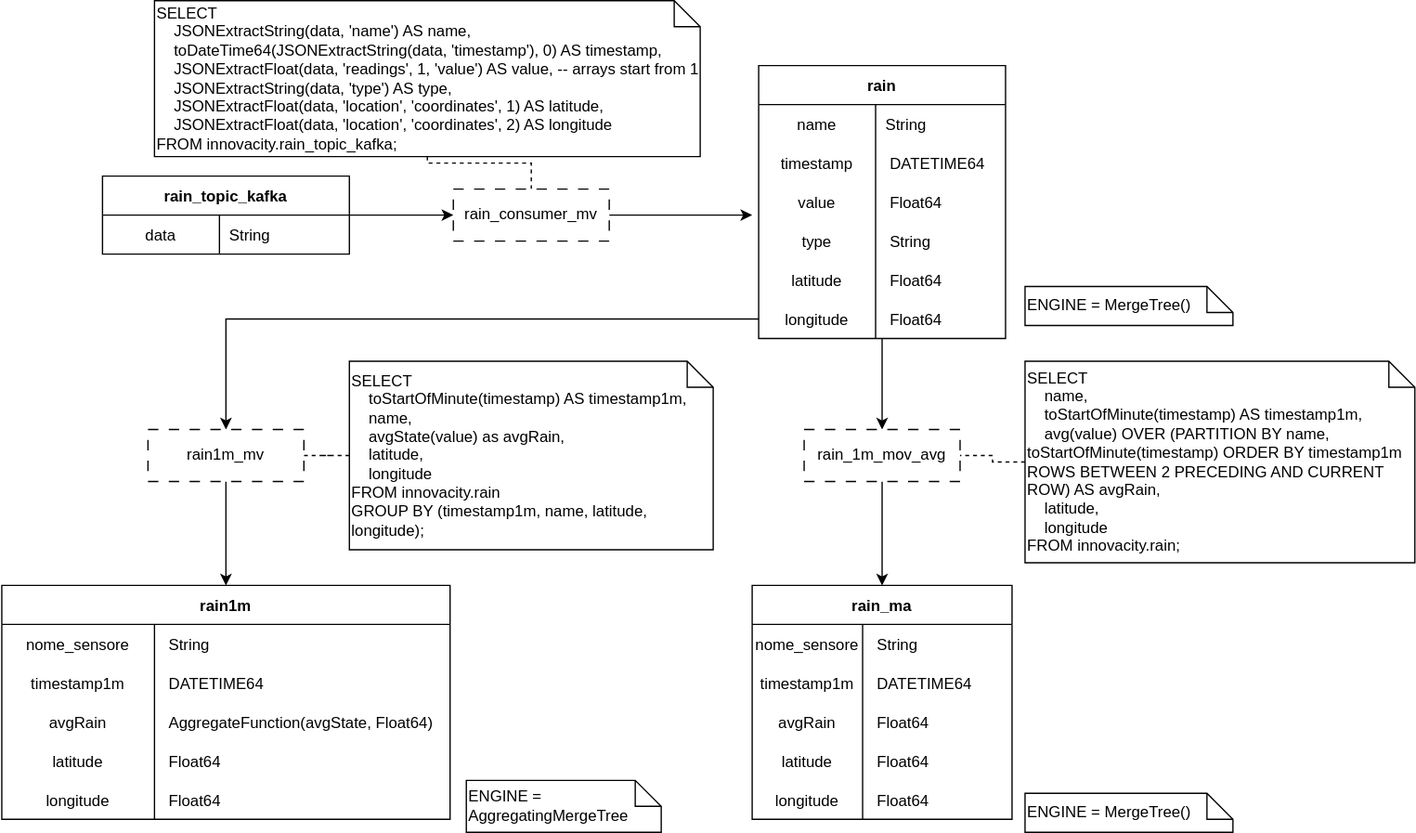
This is src/3_PB/SpecificheTecniche/DBscheme/DB_Rain.svg from SWATEngineering/Docs, a draw.io export, as it was before one commit. Source tidied: cells renumbered, new cells last; positions are measured from the earlier drawing's top-left corner, leaving out a move shared by most shapes.
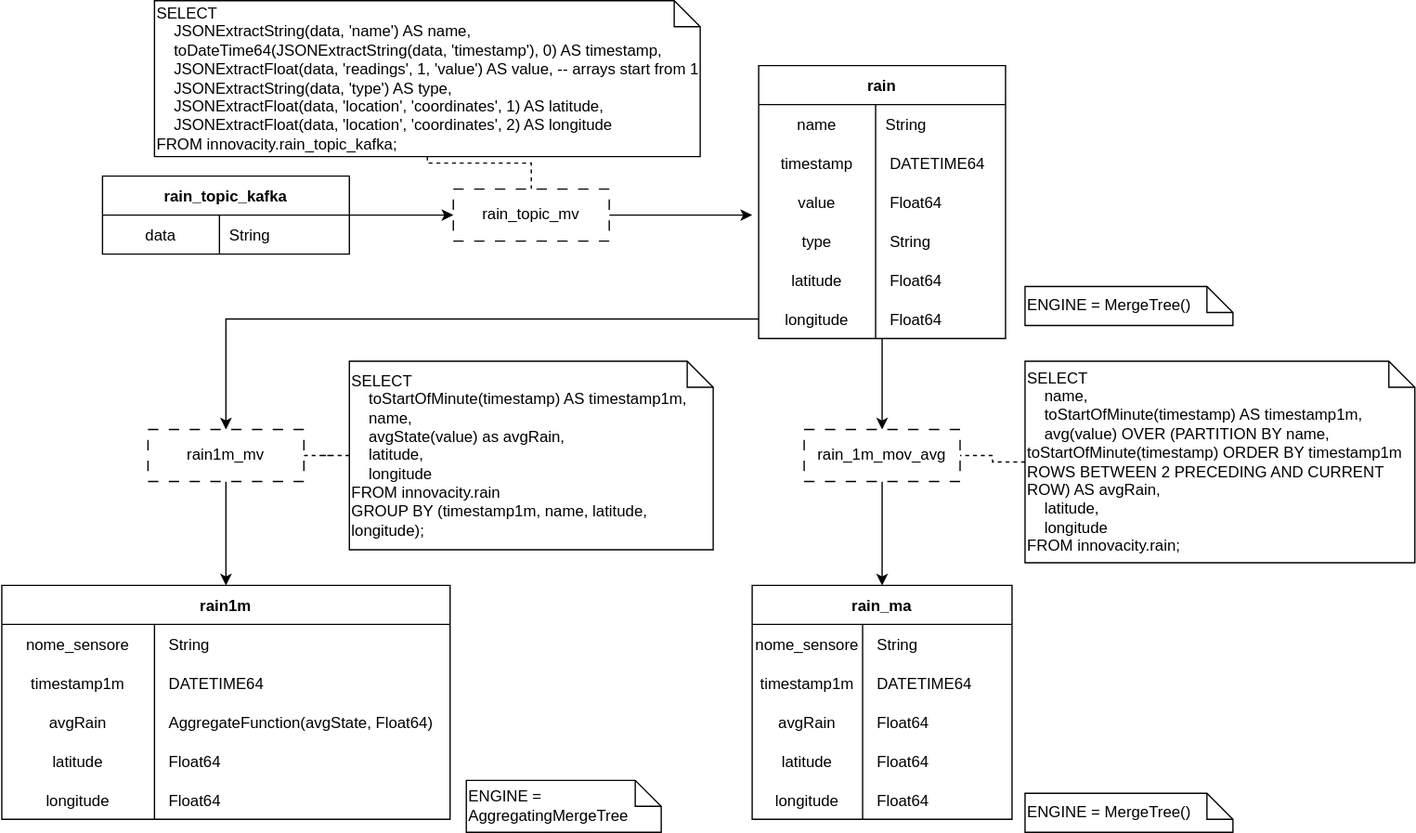
Above is the later version.

The edit, as a diff of the source:
```diff
@@ -184,7 +184,7 @@
     <mxCell id="61" style="edgeStyle=orthogonalEdgeStyle;rounded=0;jettySize=auto;html=1;endArrow=none;endFill=0;dashed=1;" parent="1" edge="1" source="62" target="68">
       <mxGeometry relative="1" as="geometry" />
     </mxCell>
-    <mxCell id="62" value="rain_consumer_mv" style="whiteSpace=wrap;html=1;align=center;dashed=1;dashPattern=8 8;" parent="1" vertex="1">
+    <mxCell id="62" value="rain_topic_mv" style="whiteSpace=wrap;html=1;align=center;dashed=1;dashPattern=8 8;" parent="1" vertex="1">
       <mxGeometry x="348" y="145" width="120" height="40" as="geometry" />
     </mxCell>
     <mxCell id="63" style="edgeStyle=orthogonalEdgeStyle;rounded=0;jettySize=auto;html=1;entryX=0.5;entryY=0;entryDx=0;entryDy=0;" parent="1" edge="1" source="65" target="28">
```
